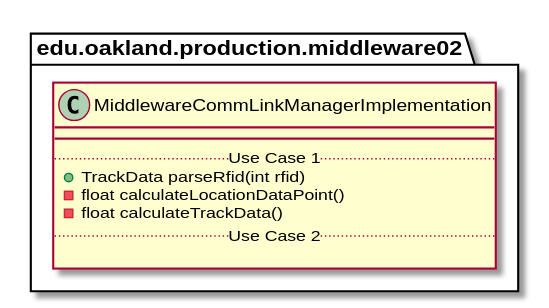
andrewdimmer/csi-3370-software-project keeps this PlantUML diagram as docs/uml-class-diagrams/middleware02/production/MiddlewareCommLinkManagerImplementation/MiddlewareCommLinkManagerImplementation.svg. Above is the earlier version.
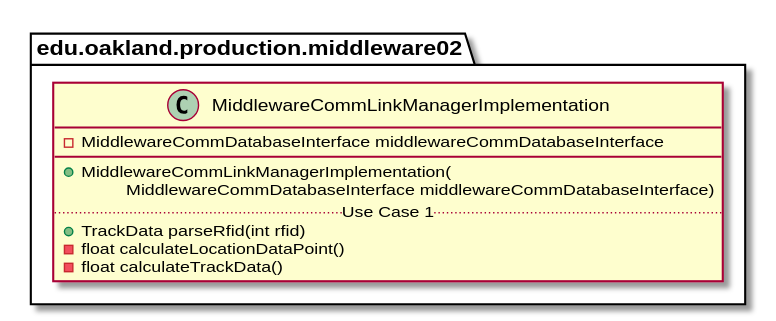
After the change.

What changed in the source:
```diff
@@ -2,13 +2,14 @@
 
 package edu.oakland.production.middleware02 {
     class MiddlewareCommLinkManagerImplementation {
+        - MiddlewareCommDatabaseInterface middlewareCommDatabaseInterface
         __
+        + MiddlewareCommLinkManagerImplementation(
+        \tMiddlewareCommDatabaseInterface middlewareCommDatabaseInterface)
         .. Use Case 1 ..
         + TrackData parseRfid(int rfid)
         - float calculateLocationDataPoint()
         - float calculateTrackData()
-        .. Use Case 2 ..
-
     }
 }
 
```
